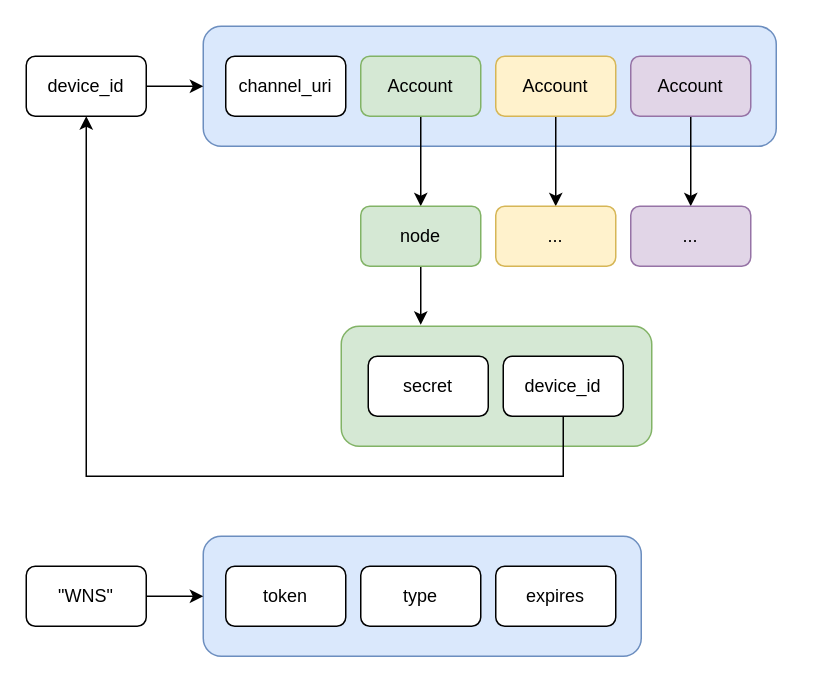
The draw.io diagram docs/Redis-Layout.drawio in UWPX/UWPX-Push-Server, before the edit. Source tidied: cells renumbered, new cells numbered last; positions are measured from the earlier drawing's top-left corner, leaving out a move shared by most shapes. Both pictures are drawn from the tidied source at 150%, with x=0, y=0 at pixel (26, 26).
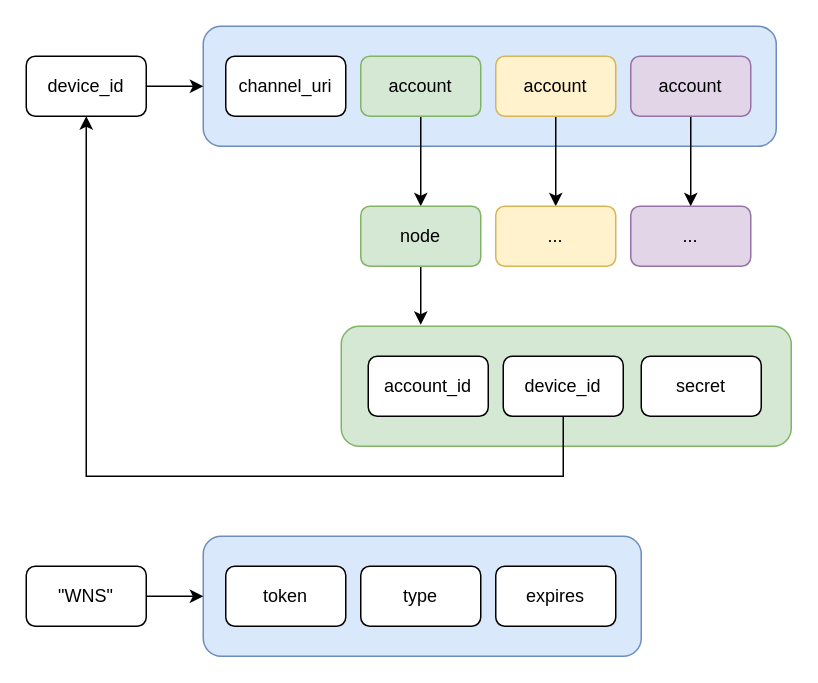
After the change.

Commit message (it also covers changes not shown here):
Storing the original account_id so we can send it back to the client with the push

What changed in the source:
```diff
@@
-    <mxCell id="7" value="Account" style="rounded=1;whiteSpace=wrap;html=1;fillColor=#d5e8d4;strokeColor=#82b366;" parent="1" vertex="1">
+    <mxCell id="7" value="account" style="rounded=1;whiteSpace=wrap;html=1;fillColor=#d5e8d4;strokeColor=#82b366;" parent="1" vertex="1">
       <mxGeometry x="223" y="20" width="80" height="40" as="geometry" />
     </mxCell>
@@
-    <mxCell id="9" value="Account" style="rounded=1;whiteSpace=wrap;html=1;fillColor=#fff2cc;strokeColor=#d6b656;" parent="1" vertex="1">
+    <mxCell id="9" value="account" style="rounded=1;whiteSpace=wrap;html=1;fillColor=#fff2cc;strokeColor=#d6b656;" parent="1" vertex="1">
       <mxGeometry x="313" y="20" width="80" height="40" as="geometry" />
     </mxCell>
@@
-    <mxCell id="11" value="Account" style="rounded=1;whiteSpace=wrap;html=1;fillColor=#e1d5e7;strokeColor=#9673a6;" parent="1" vertex="1">
+    <mxCell id="11" value="account" style="rounded=1;whiteSpace=wrap;html=1;fillColor=#e1d5e7;strokeColor=#9673a6;" parent="1" vertex="1">
       <mxGeometry x="403" y="20" width="80" height="40" as="geometry" />
     </mxCell>
@@
     <mxCell id="16" style="rounded=1;whiteSpace=wrap;html=1;fillColor=#d5e8d4;strokeColor=#82b366;" parent="1" vertex="1">
-      <mxGeometry x="210" y="200" width="207" height="80" as="geometry" />
+      <mxGeometry x="210" y="200" width="300" height="80" as="geometry" />
     </mxCell>
-    <mxCell id="17" value="&lt;div&gt;secret&lt;/div&gt;" style="rounded=1;whiteSpace=wrap;html=1;" parent="1" vertex="1">
+    <mxCell id="17" value="account_id" style="rounded=1;whiteSpace=wrap;html=1;" parent="1" vertex="1">
       <mxGeometry x="228" y="220" width="80" height="40" as="geometry" />
     </mxCell>
@@
+    <mxCell id="26" value="secret" style="rounded=1;whiteSpace=wrap;html=1;" parent="1" vertex="1">
+      <mxGeometry x="410" y="220" width="80" height="40" as="geometry" />
+    </mxCell>
```
